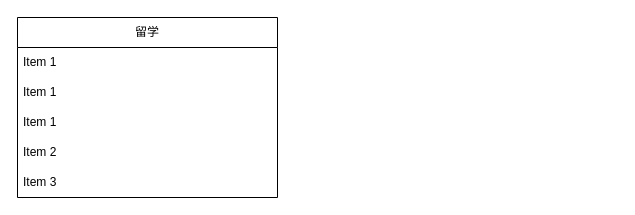
wxfls/draw.io keeps this draw.io diagram as 日本永驻途径.drawio. Above is the earlier version. Source tidied: cells renumbered, new cells numbered last; positions are measured from the earlier drawing's top-left corner, leaving out a move shared by most shapes. Both pictures are drawn from the tidied source at 100%, with x=0, y=0 at pixel (17, 17).
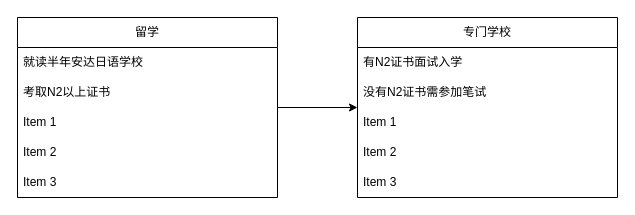
After the change.

Commit message (it also covers changes not shown here):
Update 日本永驻途径.drawio

Diff of the diagram source:
```diff
@@
 <mxGraphModel>
   <root>
     <mxCell id="0" />
     <mxCell id="1" parent="0" />
+    <mxCell id="8" style="edgeStyle=orthogonalEdgeStyle;rounded=0;jettySize=auto;html=1;" parent="1" edge="1" source="2" target="9">
+      <mxGeometry relative="1" as="geometry" />
+    </mxCell>
     <mxCell id="2" value="留学" style="swimlane;fontStyle=0;horizontal=1;startSize=30;whiteSpace=wrap;html=1;" parent="1" vertex="1">
       <mxGeometry width="260" height="180" as="geometry" />
     </mxCell>
-    <mxCell id="3" value="Item 1" style="text;strokeColor=none;fillColor=none;align=left;verticalAlign=middle;spacingLeft=4;spacingRight=4;overflow=hidden;whiteSpace=wrap;html=1;" parent="2" vertex="1">
+    <mxCell id="3" value="就读半年安达日语学校" style="text;strokeColor=none;fillColor=none;align=left;verticalAlign=middle;spacingLeft=4;spacingRight=4;overflow=hidden;whiteSpace=wrap;html=1;" parent="2" vertex="1">
       <mxGeometry y="30" width="260" height="30" as="geometry" />
     </mxCell>
-    <mxCell id="4" value="Item 1" style="text;strokeColor=none;fillColor=none;align=left;verticalAlign=middle;spacingLeft=4;spacingRight=4;overflow=hidden;whiteSpace=wrap;html=1;" parent="2" vertex="1">
+    <mxCell id="4" value="考取N2以上证书" style="text;strokeColor=none;fillColor=none;align=left;verticalAlign=middle;spacingLeft=4;spacingRight=4;overflow=hidden;whiteSpace=wrap;html=1;" parent="2" vertex="1">
       <mxGeometry y="60" width="260" height="30" as="geometry" />
     </mxCell>
     <mxCell id="5" value="Item 1" style="text;strokeColor=none;fillColor=none;align=left;verticalAlign=middle;spacingLeft=4;spacingRight=4;overflow=hidden;whiteSpace=wrap;html=1;" parent="2" vertex="1">
       <mxGeometry y="90" width="260" height="30" as="geometry" />
     </mxCell>
     <mxCell id="6" value="Item 2" style="text;strokeColor=none;fillColor=none;align=left;verticalAlign=middle;spacingLeft=4;spacingRight=4;overflow=hidden;whiteSpace=wrap;html=1;" parent="2" vertex="1">
       <mxGeometry y="120" width="260" height="30" as="geometry" />
     </mxCell>
     <mxCell id="7" value="Item 3" style="text;strokeColor=none;fillColor=none;align=left;verticalAlign=middle;spacingLeft=4;spacingRight=4;overflow=hidden;whiteSpace=wrap;html=1;" parent="2" vertex="1">
       <mxGeometry y="150" width="260" height="30" as="geometry" />
     </mxCell>
+    <mxCell id="9" value="专门学校" style="swimlane;fontStyle=0;horizontal=1;startSize=30;whiteSpace=wrap;html=1;" parent="1" vertex="1">
+      <mxGeometry x="340" width="260" height="180" as="geometry" />
+    </mxCell>
+    <mxCell id="10" value="有N2证书面试入学" style="text;strokeColor=none;fillColor=none;align=left;verticalAlign=middle;spacingLeft=4;spacingRight=4;overflow=hidden;whiteSpace=wrap;html=1;" parent="9" vertex="1">
+      <mxGeometry y="30" width="260" height="30" as="geometry" />
+    </mxCell>
+    <mxCell id="11" value="没有N2证书需参加笔试" style="text;strokeColor=none;fillColor=none;align=left;verticalAlign=middle;spacingLeft=4;spacingRight=4;overflow=hidden;whiteSpace=wrap;html=1;" parent="9" vertex="1">
+      <mxGeometry y="60" width="260" height="30" as="geometry" />
+    </mxCell>
+    <mxCell id="12" value="Item 1" style="text;strokeColor=none;fillColor=none;align=left;verticalAlign=middle;spacingLeft=4;spacingRight=4;overflow=hidden;whiteSpace=wrap;html=1;" parent="9" vertex="1">
+      <mxGeometry y="90" width="260" height="30" as="geometry" />
+    </mxCell>
+    <mxCell id="13" value="Item 2" style="text;strokeColor=none;fillColor=none;align=left;verticalAlign=middle;spacingLeft=4;spacingRight=4;overflow=hidden;whiteSpace=wrap;html=1;" parent="9" vertex="1">
+      <mxGeometry y="120" width="260" height="30" as="geometry" />
+    </mxCell>
+    <mxCell id="14" value="Item 3" style="text;strokeColor=none;fillColor=none;align=left;verticalAlign=middle;spacingLeft=4;spacingRight=4;overflow=hidden;whiteSpace=wrap;html=1;" parent="9" vertex="1">
+      <mxGeometry y="150" width="260" height="30" as="geometry" />
+    </mxCell>
   </root>
 </mxGraphModel>
```
